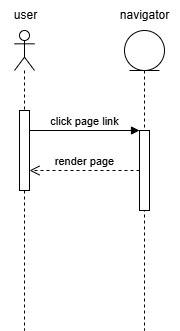
This is docs/UML/POI_sequenza_dettaglio.png from Fix-22/5C_AvvedutoCecireCinquetti_POI, a draw.io export, as it was before one commit. Source tidied: cells renumbered, new cells last; positions are measured from the earlier drawing's top-left corner, leaving out a move shared by most shapes.
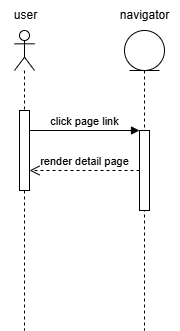
The same diagram one commit later.

Diff of the diagram source:
```diff
@@ -26,7 +26,7 @@
         <mxPoint x="139" y="130" as="targetPoint" />
       </mxGeometry>
     </mxCell>
-    <mxCell id="9" value="render page" style="html=1;verticalAlign=bottom;endArrow=open;dashed=1;endSize=8;curved=0;rounded=0;" parent="1" edge="1" source="5" target="3">
+    <mxCell id="9" value="render detail page" style="html=1;verticalAlign=bottom;endArrow=open;dashed=1;endSize=8;curved=0;rounded=0;" parent="1" edge="1" source="5" target="3">
       <mxGeometry relative="1" as="geometry" />
     </mxCell>
   </root>
```
